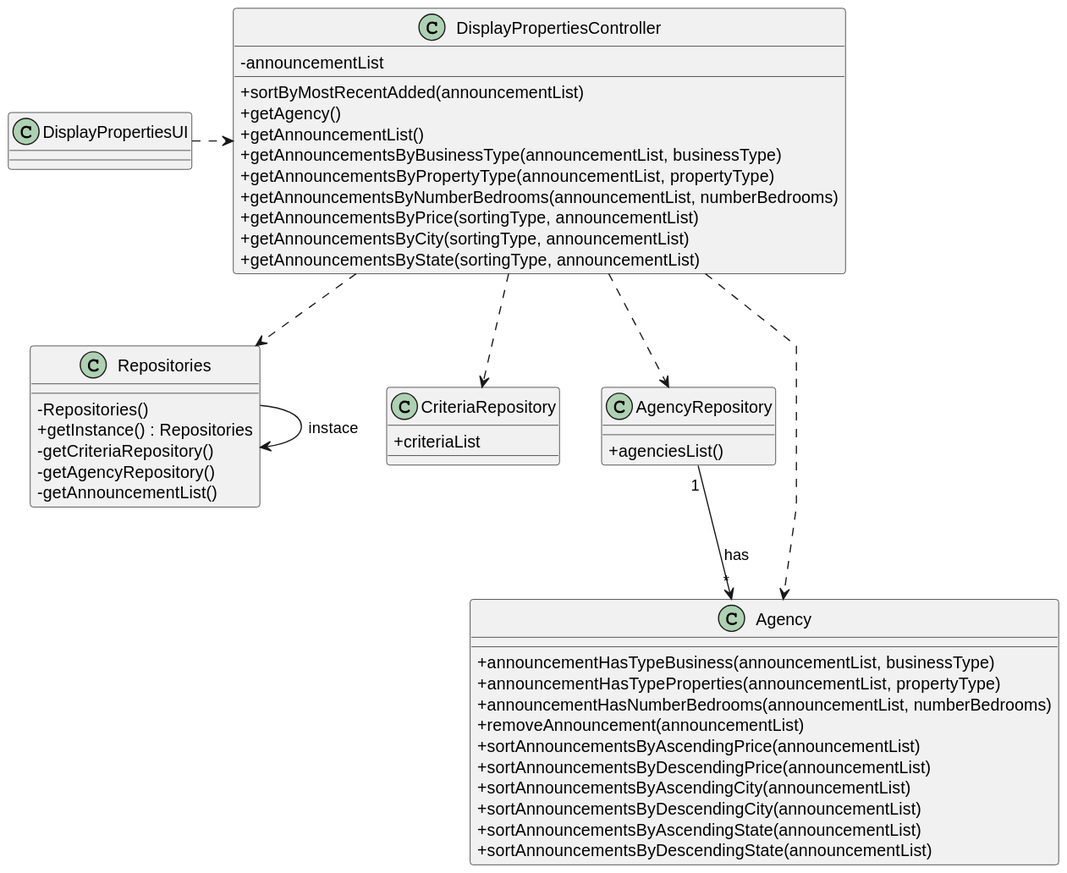
Earlier version of the PlantUML export docs/sprintD/us001/03.design/svg/us001-class-diagram.svg (rita-barbosa/LAPR2-2223). Its diagram source:
```plantuml
@startuml
skinparam packageStyle rectangle
skinparam shadowing false
skinparam linetype polyline

skinparam classAttributeIconSize 0

class DisplayPropertiesUI {
}

class DisplayPropertiesController {
-announcementList

+sortByMostRecentAdded(announcementList)
+getAgency()
+getAnnouncementList()
+getAnnouncementsByBusinessType(announcementList, businessType)
+getAnnouncementsByPropertyType(announcementList, propertyType)
+getAnnouncementsByNumberBedrooms(announcementList, numberBedrooms)
+getAnnouncementsByPrice(sortingType, announcementList)
+getAnnouncementsByCity(sortingType, announcementList)
+getAnnouncementsByState(sortingType, announcementList)
}

class Repositories {
    - Repositories()
    + getInstance() : Repositories
    - getCriteriaRepository()
    - getAgencyRepository()
    - getAnnouncementList()

}

class CriteriaRepository {
+criteriaList
}

class AgencyRepository{
+agenciesList()

}

class Agency{
+announcementHasTypeBusiness(announcementList, businessType)
+announcementHasTypeProperties(announcementList, propertyType)
+announcementHasNumberBedrooms(announcementList, numberBedrooms)
+removeAnnouncement(announcementList)
+sortAnnouncementsByAscendingPrice(announcementList)
+sortAnnouncementsByDescendingPrice(announcementList)
+sortAnnouncementsByAscendingCity(announcementList)
+sortAnnouncementsByDescendingCity(announcementList)
+sortAnnouncementsByAscendingState(announcementList)
+sortAnnouncementsByDescendingState(announcementList)
}


DisplayPropertiesUI .> DisplayPropertiesController
DisplayPropertiesController ..> Repositories
DisplayPropertiesController ..> CriteriaRepository
DisplayPropertiesController ..> AgencyRepository
DisplayPropertiesController ..> Agency

Repositories -> Repositories : instace
AgencyRepository "1" --> "*" Agency : has
@enduml
```
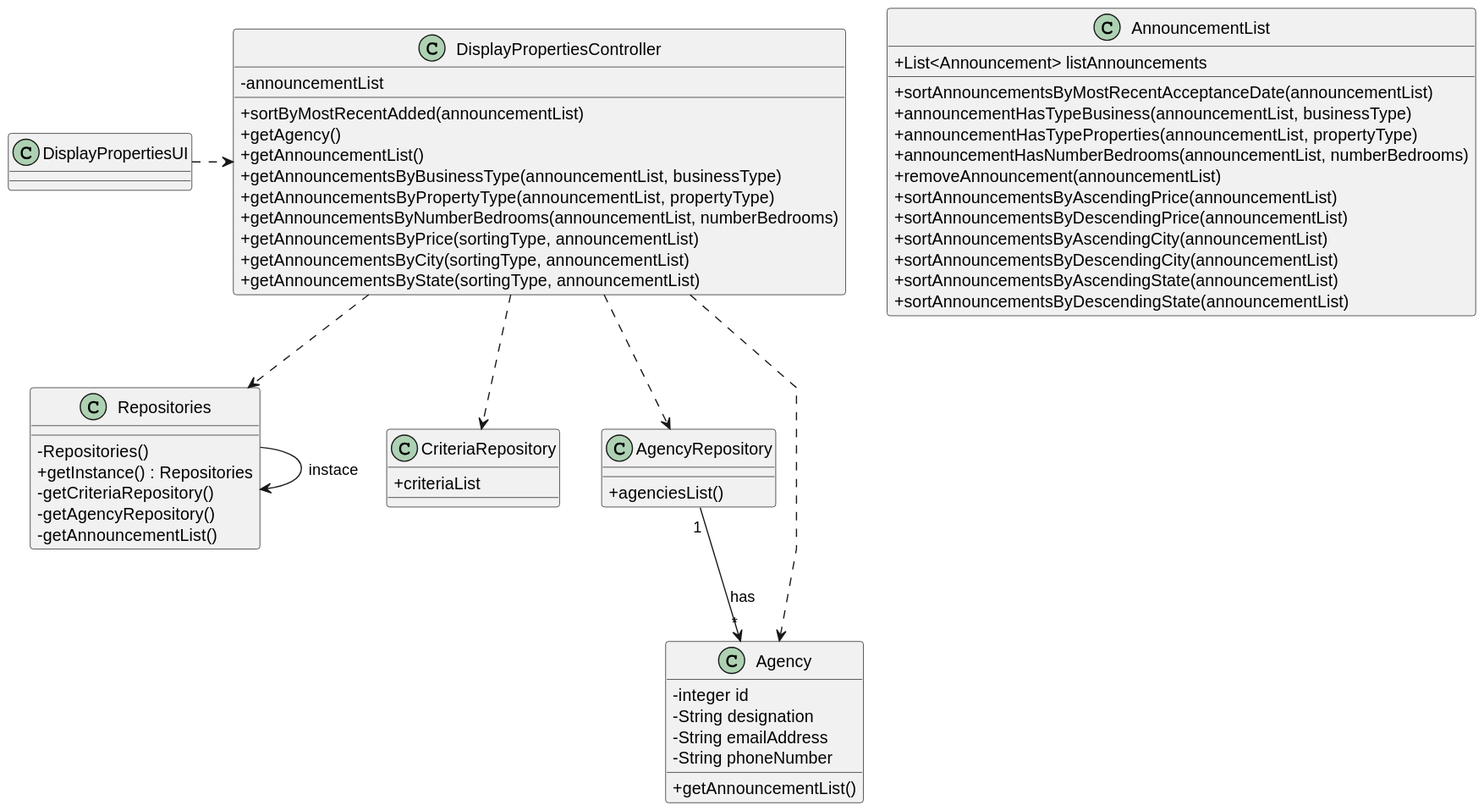
The same file after the commit.

Commit message:
Update Sequence Diagram & Class Diagram + SVG's [US001][Design]

The edit, as a diff of the source:
```diff
@@ -41,6 +41,18 @@
 }
 
 class Agency{
+    - integer id
+    - String designation
+    - String emailAddress
+    - String phoneNumber
+
+    +getAnnouncementList()
+
+}
+
+class AnnouncementList{
++List<Announcement> listAnnouncements
++sortAnnouncementsByMostRecentAcceptanceDate(announcementList)
 +announcementHasTypeBusiness(announcementList, businessType)
 +announcementHasTypeProperties(announcementList, propertyType)
 +announcementHasNumberBedrooms(announcementList, numberBedrooms)
```
